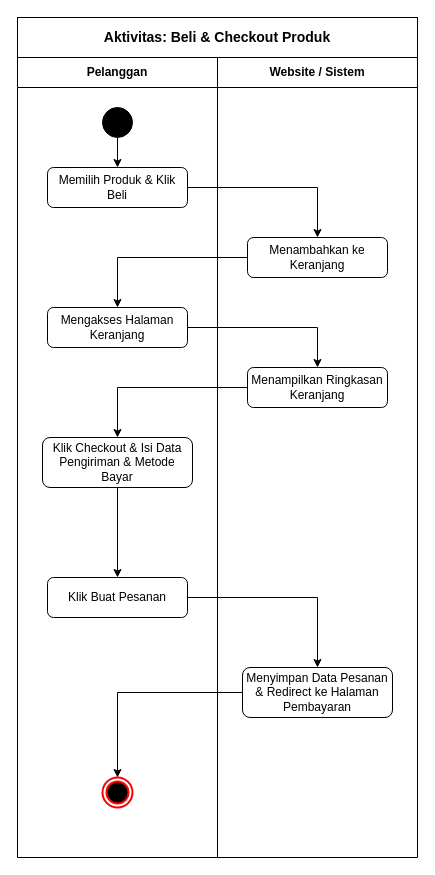
Before: page "Activity: BeliProduk" (4 of 7) of diagram-macha/Macha_Diagrams.drawio in FikriBintangx/Macha, a draw.io diagram. Source tidied: cells renumbered, new cells numbered last; positions are measured from the earlier drawing's top-left corner, leaving out a move shared by most shapes. Both pictures are drawn from the tidied source at 100%, with x=0, y=0 at pixel (17, 17).
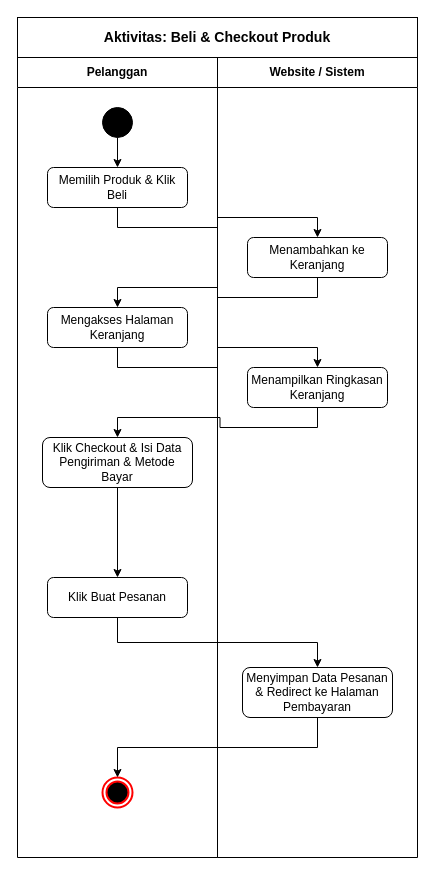
After the change.

The change refers to these unchanged cells:
```xml
<mxCell id="5" style="ellipse;whiteSpace=wrap;html=1;fillColor=light-dark(#000000, #ffffff);strokeColor=light-dark(#000000, #ffffff);" parent="3" vertex="1">
  <mxGeometry x="85" y="50" width="30" height="30" as="geometry" />
</mxCell>
<mxCell id="6" value="Memilih Produk &amp; Klik Beli" style="rounded=1;whiteSpace=wrap;html=1;strokeColor=light-dark(#000000, #ffffff);fillColor=none;fontColor=light-dark(#000000, #ffffff);" parent="3" vertex="1">
  <mxGeometry x="30" y="110" width="140" height="40" as="geometry" />
</mxCell>
<mxCell id="7" value="Mengakses Halaman Keranjang" style="rounded=1;whiteSpace=wrap;html=1;strokeColor=light-dark(#000000, #ffffff);fillColor=none;fontColor=light-dark(#000000, #ffffff);" parent="3" vertex="1">
  <mxGeometry x="30" y="250" width="140" height="40" as="geometry" />
</mxCell>
<mxCell id="8" value="Klik Checkout &amp; Isi Data Pengiriman &amp; Metode Bayar" style="rounded=1;whiteSpace=wrap;html=1;strokeColor=light-dark(#000000, #ffffff);fillColor=none;fontColor=light-dark(#000000, #ffffff);" parent="3" vertex="1">
  <mxGeometry x="25" y="380" width="150" height="50" as="geometry" />
</mxCell>
<mxCell id="9" value="Klik Buat Pesanan" style="rounded=1;whiteSpace=wrap;html=1;strokeColor=light-dark(#000000, #ffffff);fillColor=none;fontColor=light-dark(#000000, #ffffff);" parent="3" vertex="1">
  <mxGeometry x="30" y="520" width="140" height="40" as="geometry" />
</mxCell>
<mxCell id="10" style="ellipse;html=1;shape=endState;fillColor=light-dark(#000000, #ffffff);strokeColor=#ff0000;strokeWidth=2;" parent="3" vertex="1">
  <mxGeometry x="85" y="720" width="30" height="30" as="geometry" />
</mxCell>
<mxCell id="11" value="Menambahkan ke Keranjang" style="rounded=1;whiteSpace=wrap;html=1;strokeColor=light-dark(#000000, #ffffff);fillColor=none;fontColor=light-dark(#000000, #ffffff);" parent="4" vertex="1">
  <mxGeometry x="30" y="180" width="140" height="40" as="geometry" />
</mxCell>
<mxCell id="12" value="Menampilkan Ringkasan Keranjang" style="rounded=1;whiteSpace=wrap;html=1;strokeColor=light-dark(#000000, #ffffff);fillColor=none;fontColor=light-dark(#000000, #ffffff);" parent="4" vertex="1">
  <mxGeometry x="30" y="310" width="140" height="40" as="geometry" />
</mxCell>
<mxCell id="13" value="Menyimpan Data Pesanan &amp; Redirect ke Halaman Pembayaran" style="rounded=1;whiteSpace=wrap;html=1;strokeColor=light-dark(#000000, #ffffff);fillColor=none;fontColor=light-dark(#000000, #ffffff);" parent="4" vertex="1">
  <mxGeometry x="25" y="610" width="150" height="50" as="geometry" />
</mxCell>
```

The edit, as a diff of the source:
```diff
@@
-    <mxCell id="14" style="edgeStyle=orthogonalEdgeStyle;rounded=0;jettySize=auto;html=1;strokeColor=light-dark(#000000, #ffffff);fillColor=none;" parent="1" edge="1" source="5" target="6">
+    <mxCell id="14" style="edgeStyle=orthogonalEdgeStyle;rounded=0;jettySize=auto;html=1;strokeColor=light-dark(#000000, #ffffff);fillColor=none;exitX=0.5;exitY=1;entryX=0.5;entryY=0;" parent="1" edge="1" source="5" target="6">
       <mxGeometry relative="1" as="geometry" />
     </mxCell>
-    <mxCell id="15" style="edgeStyle=orthogonalEdgeStyle;rounded=0;jettySize=auto;html=1;strokeColor=light-dark(#000000, #ffffff);fillColor=none;" parent="1" edge="1" source="6" target="11">
+    <mxCell id="15" style="edgeStyle=orthogonalEdgeStyle;rounded=0;jettySize=auto;html=1;strokeColor=light-dark(#000000, #ffffff);fillColor=none;exitX=0.5;exitY=1;entryX=0.5;entryY=0;" parent="1" edge="1" source="6" target="11">
       <mxGeometry relative="1" as="geometry" />
     </mxCell>
-    <mxCell id="16" style="edgeStyle=orthogonalEdgeStyle;rounded=0;jettySize=auto;html=1;strokeColor=light-dark(#000000, #ffffff);fillColor=none;" parent="1" edge="1" source="11" target="7">
+    <mxCell id="16" style="edgeStyle=orthogonalEdgeStyle;rounded=0;jettySize=auto;html=1;strokeColor=light-dark(#000000, #ffffff);fillColor=none;exitX=0.5;exitY=1;entryX=0.5;entryY=0;" parent="1" edge="1" source="11" target="7">
       <mxGeometry relative="1" as="geometry" />
     </mxCell>
-    <mxCell id="17" style="edgeStyle=orthogonalEdgeStyle;rounded=0;jettySize=auto;html=1;strokeColor=light-dark(#000000, #ffffff);fillColor=none;" parent="1" edge="1" source="7" target="12">
+    <mxCell id="17" style="edgeStyle=orthogonalEdgeStyle;rounded=0;jettySize=auto;html=1;strokeColor=light-dark(#000000, #ffffff);fillColor=none;exitX=0.5;exitY=1;entryX=0.5;entryY=0;" parent="1" edge="1" source="7" target="12">
       <mxGeometry relative="1" as="geometry" />
     </mxCell>
-    <mxCell id="18" style="edgeStyle=orthogonalEdgeStyle;rounded=0;jettySize=auto;html=1;strokeColor=light-dark(#000000, #ffffff);fillColor=none;" parent="1" edge="1" source="12" target="8">
+    <mxCell id="18" style="edgeStyle=orthogonalEdgeStyle;rounded=0;jettySize=auto;html=1;strokeColor=light-dark(#000000, #ffffff);fillColor=none;exitX=0.5;exitY=1;entryX=0.5;entryY=0;" parent="1" edge="1" source="12" target="8">
       <mxGeometry relative="1" as="geometry" />
     </mxCell>
-    <mxCell id="19" style="edgeStyle=orthogonalEdgeStyle;rounded=0;jettySize=auto;html=1;strokeColor=light-dark(#000000, #ffffff);fillColor=none;" parent="1" edge="1" source="8" target="9">
+    <mxCell id="19" style="edgeStyle=orthogonalEdgeStyle;rounded=0;jettySize=auto;html=1;strokeColor=light-dark(#000000, #ffffff);fillColor=none;exitX=0.5;exitY=1;entryX=0.5;entryY=0;" parent="1" edge="1" source="8" target="9">
       <mxGeometry relative="1" as="geometry" />
     </mxCell>
-    <mxCell id="20" style="edgeStyle=orthogonalEdgeStyle;rounded=0;jettySize=auto;html=1;strokeColor=light-dark(#000000, #ffffff);fillColor=none;" parent="1" edge="1" source="9" target="13">
+    <mxCell id="20" style="edgeStyle=orthogonalEdgeStyle;rounded=0;jettySize=auto;html=1;strokeColor=light-dark(#000000, #ffffff);fillColor=none;exitX=0.5;exitY=1;entryX=0.5;entryY=0;" parent="1" edge="1" source="9" target="13">
       <mxGeometry relative="1" as="geometry" />
     </mxCell>
-    <mxCell id="21" style="edgeStyle=orthogonalEdgeStyle;rounded=0;jettySize=auto;html=1;strokeColor=light-dark(#000000, #ffffff);fillColor=none;" parent="1" edge="1" source="13" target="10">
+    <mxCell id="21" style="edgeStyle=orthogonalEdgeStyle;rounded=0;jettySize=auto;html=1;strokeColor=light-dark(#000000, #ffffff);fillColor=none;exitX=0.5;exitY=1;entryX=0.5;entryY=0;" parent="1" edge="1" source="13" target="10">
       <mxGeometry relative="1" as="geometry" />
     </mxCell>
```
